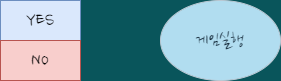
The draw.io diagram gameplay_flowchat.drawio.png in kinesis19/stac_project_SME, before a commit. Source tidied: cells renumbered, new cells last; positions are measured from the earlier drawing's top-left corner, leaving out a move shared by most shapes. Its diagram source:
```xml
<mxGraphModel background="#09555B">
  <root>
    <mxCell id="0" />
    <mxCell id="1" parent="0" />
    <mxCell id="2" value="&lt;font style=&quot;font-size: 20px;&quot;&gt;게임실행&lt;/font&gt;" style="ellipse;whiteSpace=wrap;html=1;fillColor=#B1DDF0;strokeColor=#BAC8D3;fontColor=#182E3E;fontFamily=Nanum Brush Script;fontSource=https%3A%2F%2Ffonts.googleapis.com%2Fcss%3Ffamily%3DNanum%2BBrush%2BScript;fontSize=20;" parent="1" vertex="1">
      <mxGeometry x="160" width="120" height="80" as="geometry" />
    </mxCell>
    <mxCell id="3" value="YES" style="rounded=0;whiteSpace=wrap;html=1;sketch=0;fontSize=20;strokeColor=#6c8ebf;fillColor=#dae8fc;fontFamily=Nanum Brush Script;fontSource=https%3A%2F%2Ffonts.googleapis.com%2Fcss%3Ffamily%3DNanum%2BBrush%2BScript;" parent="1" vertex="1">
      <mxGeometry width="80" height="40" as="geometry" />
    </mxCell>
    <mxCell id="4" value="NO" style="rounded=0;whiteSpace=wrap;html=1;sketch=0;fontSize=20;strokeColor=#b85450;fillColor=#f8cecc;fontFamily=Nanum Brush Script;fontSource=https%3A%2F%2Ffonts.googleapis.com%2Fcss%3Ffamily%3DNanum%2BBrush%2BScript;" parent="1" vertex="1">
      <mxGeometry y="40" width="80" height="40" as="geometry" />
    </mxCell>
  </root>
</mxGraphModel>
```
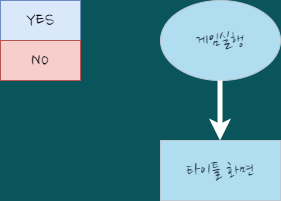
Above is the later version.

Diff of the diagram source:
```diff
@@ -11,5 +11,14 @@
     <mxCell id="4" value="NO" style="rounded=0;whiteSpace=wrap;html=1;sketch=0;fontSize=20;strokeColor=#b85450;fillColor=#f8cecc;fontFamily=Nanum Brush Script;fontSource=https%3A%2F%2Ffonts.googleapis.com%2Fcss%3Ffamily%3DNanum%2BBrush%2BScript;" parent="1" vertex="1">
       <mxGeometry y="40" width="80" height="40" as="geometry" />
     </mxCell>
+    <mxCell id="5" style="endArrow=classic;html=1;rounded=1;sketch=0;fontFamily=Nanum Brush Script;fontSource=https%3A%2F%2Ffonts.googleapis.com%2Fcss%3Ffamily%3DNanum%2BBrush%2BScript;fontSize=20;fontColor=#FFFFFF;curved=0;strokeColor=#FFFFFF;jumpSize=10;strokeWidth=5;" parent="1" edge="1">
+      <mxGeometry relative="1" as="geometry">
+        <mxPoint x="219.5" y="80" as="sourcePoint" />
+        <mxPoint x="219.5" y="140" as="targetPoint" />
+      </mxGeometry>
+    </mxCell>
+    <mxCell id="6" value="타이틀 화면" style="rounded=0;whiteSpace=wrap;html=1;sketch=0;fontFamily=Nanum Brush Script;fontSource=https%3A%2F%2Ffonts.googleapis.com%2Fcss%3Ffamily%3DNanum%2BBrush%2BScript;fontSize=20;fontColor=#182E3E;strokeColor=#BAC8D3;fillColor=#B1DDF0;" parent="1" vertex="1">
+      <mxGeometry x="160" y="140" width="120" height="60" as="geometry" />
+    </mxCell>
   </root>
 </mxGraphModel>
```
